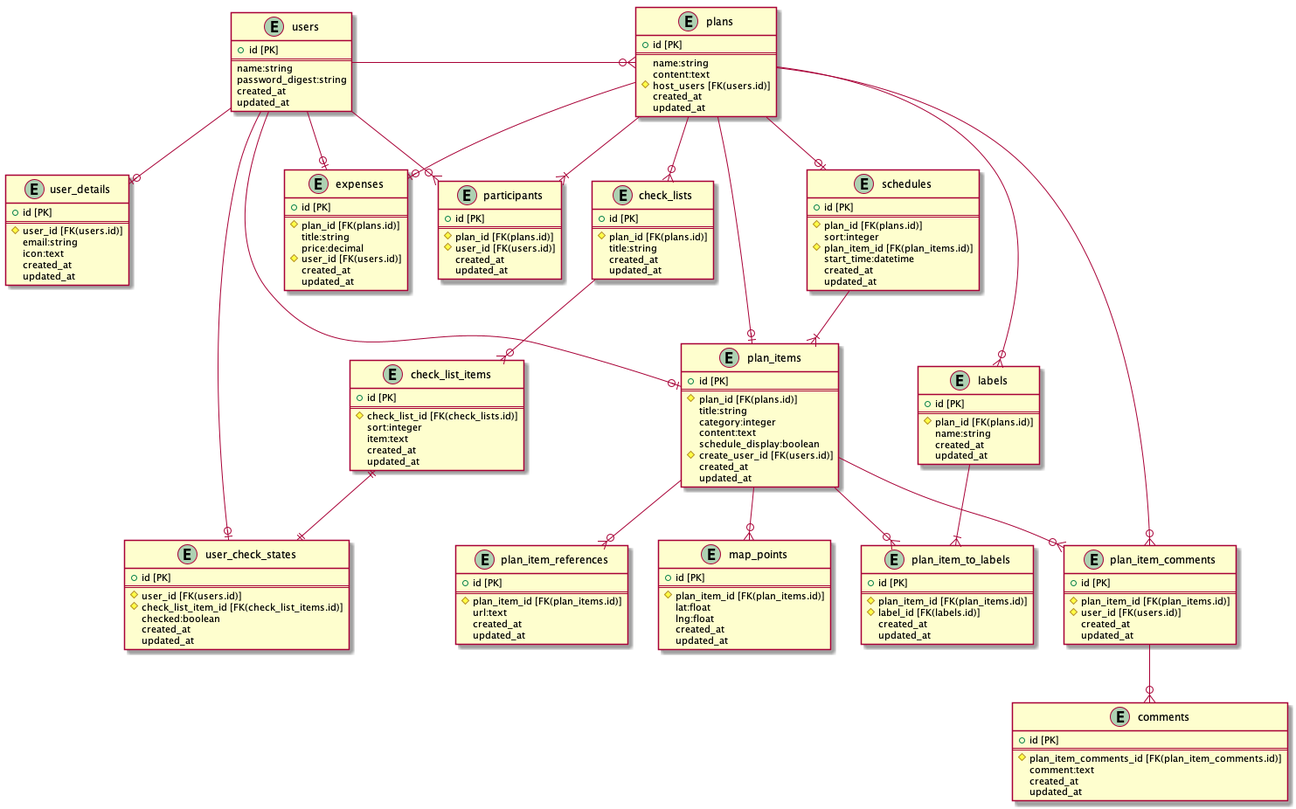
The PlantUML diagram doc/table/EntityRelationship.png in missyu3/our_trip_old, before a commit.
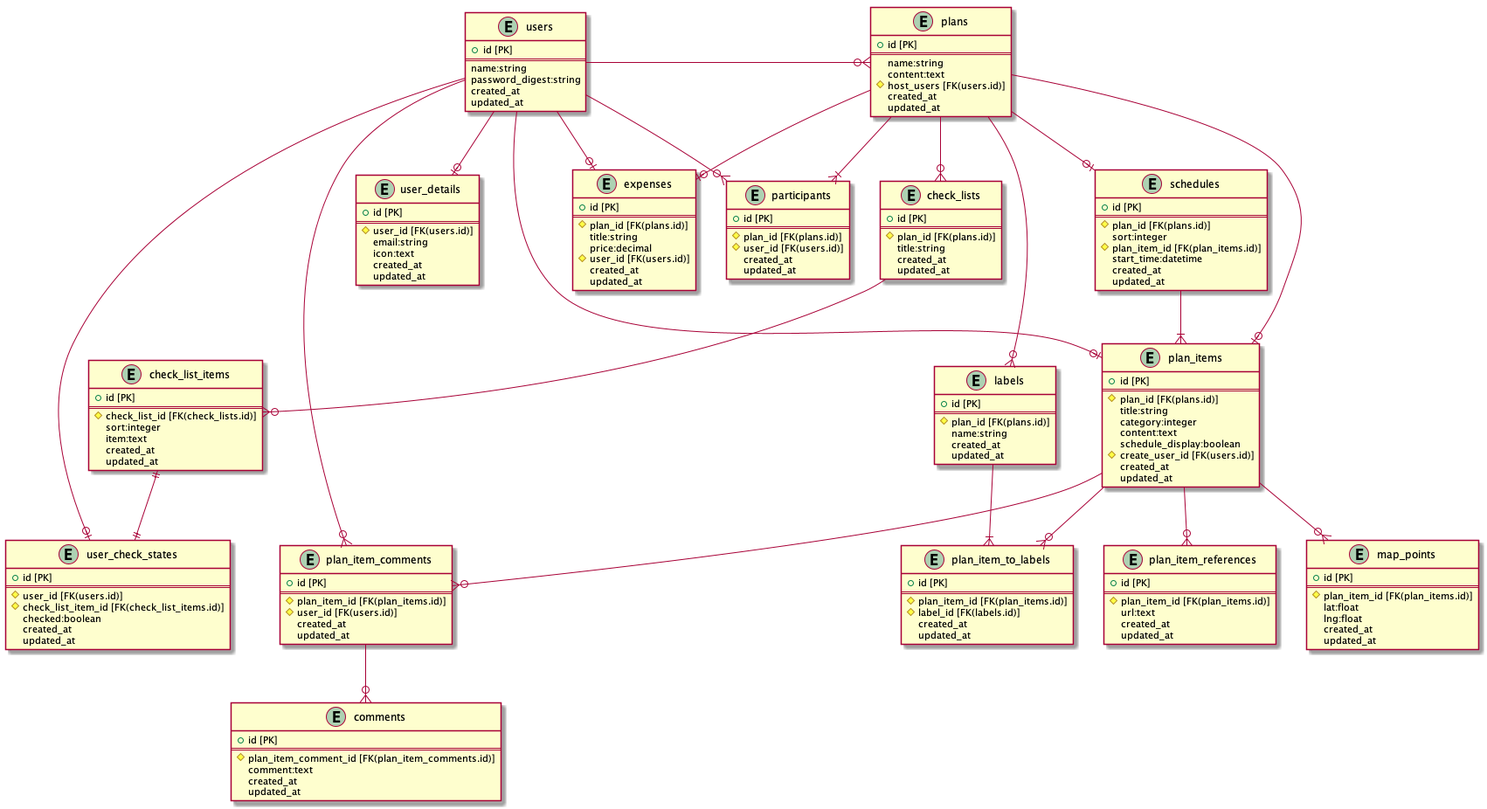
After the commit.

What changed in the source:
```diff
@@ -151,7 +151,7 @@
 entity "comments" {
     + id [PK]
     ==
-    # plan_item_comments_id [FK(plan_item_comments.id)]
+    # plan_item_comment_id [FK(plan_item_comments.id)]
     comment:text
     created_at
     updated_at
@@ -164,7 +164,7 @@
 users --o| user_check_states
 users --o| plan_items
 users --o| expenses
-plans --o{ plan_item_comments
+users --o{ plan_item_comments
 plans --o| schedules
 plans --o| expenses
 plans --o| plan_items
```
